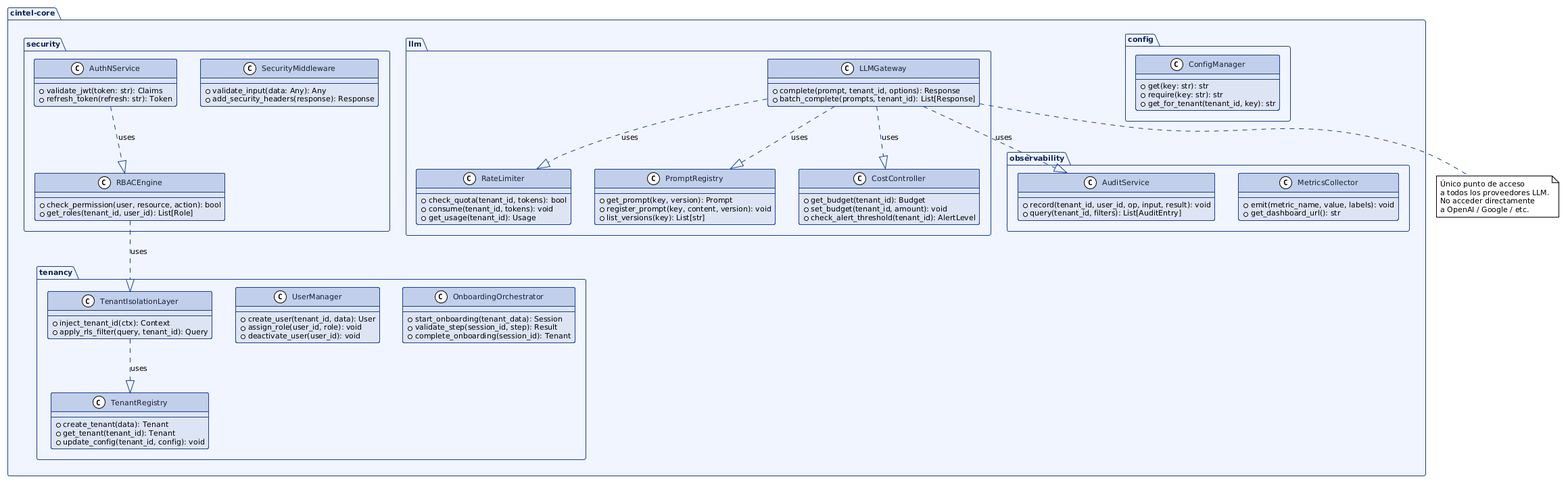
Earlier version of the PlantUML export transversales/assets/img/diagramas/modulos-reutilizables.png (sedibuc/documentacion_cintel). Source of this version:
```plantuml
@startuml
!theme plain
skinparam backgroundColor white
skinparam shadowing false
skinparam defaultFontName "Segoe UI"
skinparam defaultFontSize 11
skinparam ArrowColor #1a3f8a

skinparam package {
  BackgroundColor #f0f4ff
  BorderColor #1a3f8a
  FontColor #0d2558
  FontStyle bold
}

skinparam class {
  BackgroundColor #dce5f5
  BorderColor #1a3f8a
  FontColor #1a2035
  HeaderBackgroundColor #c0cfea
}

package "cintel-core" {

  package "security" {
    class AuthNService {
      +validate_jwt(token: str): Claims
      +refresh_token(refresh: str): Token
    }
    class RBACEngine {
      +check_permission(user, resource, action): bool
      +get_roles(tenant_id, user_id): List[Role]
    }
    class SecurityMiddleware {
      +validate_input(data: Any): Any
      +add_security_headers(response): Response
    }
  }

  package "tenancy" {
    class TenantRegistry {
      +create_tenant(data): Tenant
      +get_tenant(tenant_id): Tenant
      +update_config(tenant_id, config): void
    }
    class TenantIsolationLayer {
      +inject_tenant_id(ctx): Context
      +apply_rls_filter(query, tenant_id): Query
    }
    class UserManager {
      +create_user(tenant_id, data): User
      +assign_role(user_id, role): void
      +deactivate_user(user_id): void
    }
    class OnboardingOrchestrator {
      +start_onboarding(tenant_data): Session
      +validate_step(session_id, step): Result
      +complete_onboarding(session_id): Tenant
    }
  }

  package "llm" {
    class LLMGateway {
      +complete(prompt, tenant_id, options): Response
      +batch_complete(prompts, tenant_id): List[Response]
    }
    class RateLimiter {
      +check_quota(tenant_id, tokens): bool
      +consume(tenant_id, tokens): void
      +get_usage(tenant_id): Usage
    }
    class PromptRegistry {
      +get_prompt(key, version): Prompt
      +register_prompt(key, content, version): void
      +list_versions(key): List[str]
    }
    class CostController {
      +get_budget(tenant_id): Budget
      +set_budget(tenant_id, amount): void
      +check_alert_threshold(tenant_id): AlertLevel
    }
  }

  package "observability" {
    class AuditService {
      +record(tenant_id, user_id, op, input, result): void
      +query(tenant_id, filters): List[AuditEntry]
    }
    class MetricsCollector {
      +emit(metric_name, value, labels): void
      +get_dashboard_url(): str
    }
  }

  package "config" {
    class ConfigManager {
      +get(key: str): str
      +require(key: str): str
      +get_for_tenant(tenant_id, key): str
    }
  }

}

TenantIsolationLayer ..|> TenantRegistry : uses
LLMGateway ..|> RateLimiter : uses
LLMGateway ..|> PromptRegistry : uses
LLMGateway ..|> CostController : uses
LLMGateway ..|> AuditService : uses
AuthNService ..|> RBACEngine : uses
RBACEngine ..|> TenantIsolationLayer : uses

note bottom of LLMGateway
  Único punto de acceso
  a todos los proveedores LLM.
  No acceder directamente
  a OpenAI / Google / etc.
end note
@enduml
```
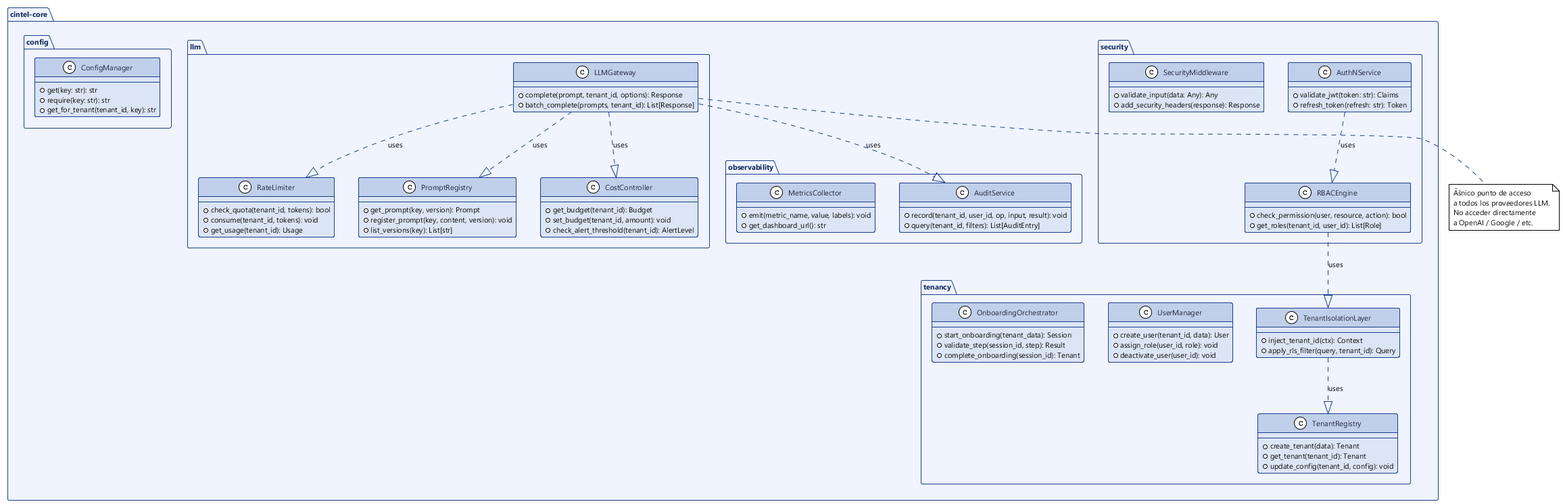
The same diagram one commit later.

Diff of the diagram source:
```diff
@@ -1,4 +1,4 @@
-@startuml
+@startuml modulos-reutilizables
 !theme plain
 skinparam backgroundColor white
 skinparam shadowing false
@@ -111,9 +111,10 @@
 RBACEngine ..|> TenantIsolationLayer : uses
 
 note bottom of LLMGateway
-  Único punto de acceso
+  Ãšnico punto de acceso
   a todos los proveedores LLM.
   No acceder directamente
   a OpenAI / Google / etc.
 end note
+
 @enduml
```
